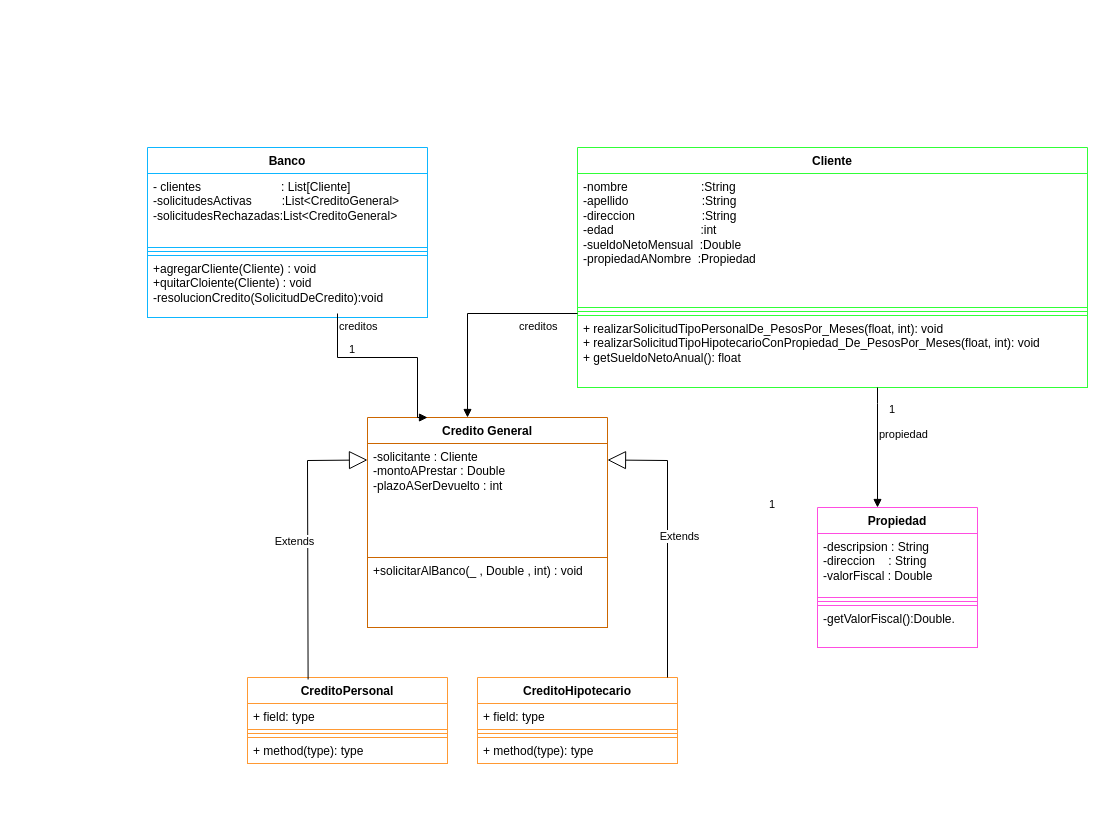
itsjoacor/unqui-po2-Rodriguez keeps this draw.io diagram as TP6/tp6-uml/tp6-bancocred.drawio. Above is the earlier version. Source tidied: cells renumbered, new cells numbered last; positions are measured from the earlier drawing's top-left corner, leaving out a move shared by most shapes. Both pictures are drawn from the tidied source at 100%, with x=0, y=0 at pixel (147, 147).
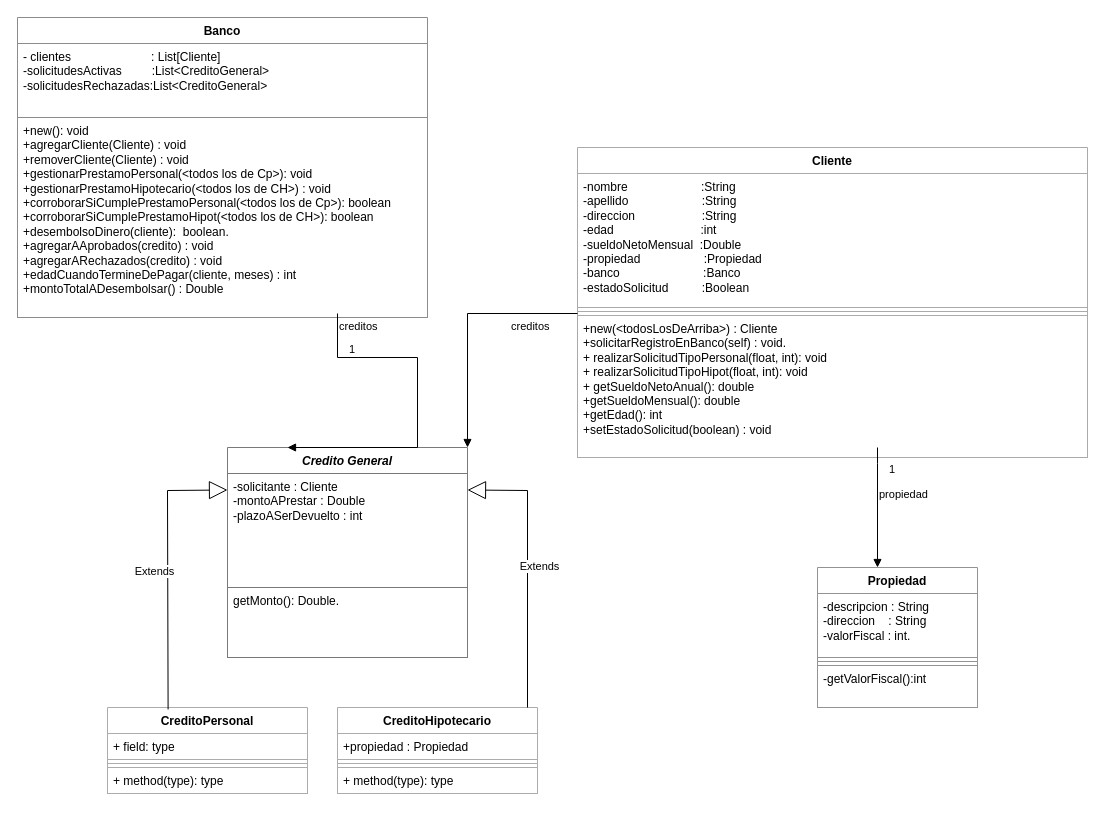
The same page after the edit.

The change refers to these unchanged cells:
```xml
<mxCell id="27" value="creditos" style="endArrow=block;endFill=1;html=1;edgeStyle=orthogonalEdgeStyle;align=left;verticalAlign=top;rounded=0;" parent="1" edge="1" target="14">
  <mxGeometry x="-0.44" relative="1" as="geometry">
    <mxPoint x="430" y="166" as="sourcePoint" />
    <Array as="points">
      <mxPoint x="320" y="166" />
    </Array>
  </mxGeometry>
</mxCell>
```

What changed in the source:
```diff
@@
     <mxCell id="2" value="Banco" style="swimlane;fontStyle=1;align=center;verticalAlign=top;horizontal=1;startSize=26;whiteSpace=wrap;html=1;strokeColor=#0DB6FF;" parent="1" vertex="1">
-      <mxGeometry width="280" height="170" as="geometry" />
+      <mxGeometry x="-130" y="-130" width="410" height="300" as="geometry" />
     </mxCell>
     <mxCell id="3" value="- clientes&amp;nbsp; &amp;nbsp; &amp;nbsp; &amp;nbsp; &amp;nbsp; &amp;nbsp; &amp;nbsp; &amp;nbsp; &amp;nbsp; &amp;nbsp; &amp;nbsp; &amp;nbsp; : List[Cliente]&lt;div&gt;-solicitudesActivas&amp;nbsp; &amp;nbsp; &amp;nbsp; &amp;nbsp; &amp;nbsp;:List&amp;lt;CreditoGeneral&amp;gt;&lt;/div&gt;&lt;div&gt;-solicitudesRechazadas&lt;span style=&quot;background-color: initial;&quot;&gt;:List&amp;lt;CreditoGeneral&amp;gt;&lt;/span&gt;&lt;/div&gt;&lt;div&gt;&lt;br&gt;&lt;/div&gt;&lt;div&gt;&lt;br&gt;&lt;/div&gt;&lt;div&gt;&lt;br&gt;&lt;/div&gt;&lt;div&gt;&lt;br&gt;&lt;/div&gt;&lt;div&gt;&lt;br&gt;&lt;/div&gt;" style="text;strokeColor=#0DB6FF;fillColor=none;align=left;verticalAlign=top;spacingLeft=4;spacingRight=4;overflow=hidden;whiteSpace=wrap;html=1;" parent="2" vertex="1">
-      <mxGeometry y="26" width="280" height="74" as="geometry" />
+      <mxGeometry y="26" width="410" height="74" as="geometry" />
     </mxCell>
-    <mxCell id="4" style="line;strokeWidth=1;fillColor=none;align=left;verticalAlign=middle;spacingTop=-1;spacingLeft=3;spacingRight=3;labelPosition=right;strokeColor=#0DB6FF;" parent="2" vertex="1">
-      <mxGeometry y="100" width="280" height="8" as="geometry" />
-    </mxCell>
-    <mxCell id="5" value="+agregarCliente(Cliente) : void&lt;div&gt;+quitarCloiente(Cliente) : void&lt;/div&gt;&lt;div&gt;-resolucionCredito(SolicitudDeCredito):void&lt;/div&gt;" style="text;strokeColor=#0DB6FF;fillColor=none;align=left;verticalAlign=top;spacingLeft=4;spacingRight=4;overflow=hidden;whiteSpace=wrap;html=1;" parent="2" vertex="1">
-      <mxGeometry y="108" width="280" height="62" as="geometry" />
+    <mxCell id="5" value="&lt;div&gt;+new(): void&lt;/div&gt;+agregarCliente(Cliente) : void&lt;div&gt;+removerCliente(Cliente) : void&lt;/div&gt;&lt;div&gt;+gestionarPrestamoPersonal(&amp;lt;todos los de Cp&amp;gt;): void&lt;/div&gt;&lt;div&gt;+gestionarPrestamoHipotecario(&amp;lt;todos los de CH&amp;gt;) : void&lt;/div&gt;&lt;div&gt;+corroborarSiCumplePrestamoPersonal(&lt;span style=&quot;background-color: initial;&quot;&gt;&amp;lt;todos los de Cp&amp;gt;&lt;/span&gt;&lt;span style=&quot;background-color: initial;&quot;&gt;): boolean&lt;/span&gt;&lt;/div&gt;&lt;div&gt;+corroborarSiCumplePrestamoHipot(&lt;span style=&quot;background-color: initial;&quot;&gt;&amp;lt;todos los de CH&amp;gt;&lt;/span&gt;&lt;span style=&quot;background-color: initial;&quot;&gt;): boolean&lt;/span&gt;&lt;/div&gt;&lt;div&gt;+desembolsoDinero(cliente):&amp;nbsp; boolean.&lt;br&gt;&lt;/div&gt;&lt;div&gt;+agregarAAprobados(credito) : void&lt;/div&gt;&lt;div&gt;&lt;span style=&quot;background-color: initial;&quot;&gt;+agregarARechazados(credito) : void&lt;/span&gt;&lt;br&gt;&lt;/div&gt;&lt;div&gt;&lt;span style=&quot;background-color: initial;&quot;&gt;+edadCuandoTermineDePagar(cliente, meses) : int&lt;/span&gt;&lt;/div&gt;&lt;div&gt;&lt;span style=&quot;background-color: initial;&quot;&gt;+montoTotalADesembolsar() : Double&lt;/span&gt;&lt;/div&gt;" style="text;strokeColor=#0DB6FF;fillColor=none;align=left;verticalAlign=top;spacingLeft=4;spacingRight=4;overflow=hidden;whiteSpace=wrap;html=1;" parent="2" vertex="1">
+      <mxGeometry y="100" width="410" height="200" as="geometry" />
     </mxCell>
     <mxCell id="6" value="Cliente" style="swimlane;fontStyle=1;align=center;verticalAlign=top;horizontal=1;startSize=26;whiteSpace=wrap;html=1;strokeColor=#30FF37;" parent="1" vertex="1">
-      <mxGeometry x="430" width="510" height="240" as="geometry" />
+      <mxGeometry x="430" width="510" height="310" as="geometry" />
     </mxCell>
-    <mxCell id="7" value="-nombre&amp;nbsp; &amp;nbsp; &amp;nbsp; &amp;nbsp; &amp;nbsp; &amp;nbsp; &amp;nbsp; &amp;nbsp; &amp;nbsp; &amp;nbsp; &amp;nbsp; :String&lt;div&gt;-apellido&lt;span style=&quot;background-color: initial;&quot;&gt;&amp;nbsp; &amp;nbsp; &amp;nbsp; &amp;nbsp; &amp;nbsp; &amp;nbsp; &amp;nbsp; &amp;nbsp; &amp;nbsp; &amp;nbsp; &amp;nbsp; :String&lt;/span&gt;&lt;/div&gt;&lt;div&gt;-direccion&lt;span style=&quot;background-color: initial;&quot;&gt;&amp;nbsp; &amp;nbsp; &amp;nbsp; &amp;nbsp; &amp;nbsp; &amp;nbsp; &amp;nbsp; &amp;nbsp; &amp;nbsp; &amp;nbsp; :String&lt;/span&gt;&lt;/div&gt;&lt;div&gt;-edad&lt;span style=&quot;background-color: initial;&quot;&gt;&amp;nbsp; &amp;nbsp; &amp;nbsp; &amp;nbsp; &amp;nbsp; &amp;nbsp; &amp;nbsp; &amp;nbsp; &amp;nbsp; &amp;nbsp; &amp;nbsp; &amp;nbsp; &amp;nbsp; :int&lt;/span&gt;&lt;/div&gt;&lt;div&gt;-sueldoNetoMensual&lt;span style=&quot;background-color: initial;&quot;&gt;&amp;nbsp; :Double&lt;/span&gt;&lt;/div&gt;&lt;div&gt;-propiedadANombre&lt;span style=&quot;background-color: initial;&quot;&gt;&amp;nbsp; :Propiedad&lt;/span&gt;&lt;/div&gt;" style="text;strokeColor=#30FF37;fillColor=none;align=left;verticalAlign=top;spacingLeft=4;spacingRight=4;overflow=hidden;whiteSpace=wrap;html=1;" parent="6" vertex="1">
+    <mxCell id="7" value="-nombre&amp;nbsp; &amp;nbsp; &amp;nbsp; &amp;nbsp; &amp;nbsp; &amp;nbsp; &amp;nbsp; &amp;nbsp; &amp;nbsp; &amp;nbsp; &amp;nbsp; :String&lt;div&gt;-apellido&lt;span style=&quot;background-color: initial;&quot;&gt;&amp;nbsp; &amp;nbsp; &amp;nbsp; &amp;nbsp; &amp;nbsp; &amp;nbsp; &amp;nbsp; &amp;nbsp; &amp;nbsp; &amp;nbsp; &amp;nbsp; :String&lt;/span&gt;&lt;/div&gt;&lt;div&gt;-direccion&lt;span style=&quot;background-color: initial;&quot;&gt;&amp;nbsp; &amp;nbsp; &amp;nbsp; &amp;nbsp; &amp;nbsp; &amp;nbsp; &amp;nbsp; &amp;nbsp; &amp;nbsp; &amp;nbsp; :String&lt;/span&gt;&lt;/div&gt;&lt;div&gt;-edad&lt;span style=&quot;background-color: initial;&quot;&gt;&amp;nbsp; &amp;nbsp; &amp;nbsp; &amp;nbsp; &amp;nbsp; &amp;nbsp; &amp;nbsp; &amp;nbsp; &amp;nbsp; &amp;nbsp; &amp;nbsp; &amp;nbsp; &amp;nbsp; :int&lt;/span&gt;&lt;/div&gt;&lt;div&gt;-sueldoNetoMensual&lt;span style=&quot;background-color: initial;&quot;&gt;&amp;nbsp; :Double&lt;/span&gt;&lt;/div&gt;&lt;div&gt;-propiedad&amp;nbsp; &amp;nbsp; &amp;nbsp; &amp;nbsp; &amp;nbsp; &amp;nbsp; &amp;nbsp; &amp;nbsp; &amp;nbsp;&amp;nbsp;&lt;span style=&quot;background-color: initial;&quot;&gt;&amp;nbsp;:Propiedad&lt;/span&gt;&lt;/div&gt;&lt;div&gt;-banco&amp;nbsp; &amp;nbsp; &amp;nbsp; &amp;nbsp; &amp;nbsp; &amp;nbsp; &amp;nbsp; &amp;nbsp; &amp;nbsp; &amp;nbsp; &amp;nbsp; &amp;nbsp; &amp;nbsp;:Banco&lt;/div&gt;&lt;div&gt;-estadoSolicitud&amp;nbsp; &amp;nbsp; &amp;nbsp; &amp;nbsp; &amp;nbsp; :Boolean&lt;/div&gt;" style="text;strokeColor=#30FF37;fillColor=none;align=left;verticalAlign=top;spacingLeft=4;spacingRight=4;overflow=hidden;whiteSpace=wrap;html=1;" parent="6" vertex="1">
       <mxGeometry y="26" width="510" height="134" as="geometry" />
     </mxCell>
@@
-    <mxCell id="9" value="&lt;div&gt;+ realizarSolicitudTipoPersonalDe_PesosPor_Meses(float, int): void&lt;/div&gt;&lt;div&gt;+ realizarSolicitudTipoHipotecarioConPropiedad_De_PesosPor_Meses(float, int): void&lt;/div&gt;&lt;div&gt;+ getSueldoNetoAnual(): float&lt;/div&gt;" style="text;strokeColor=#30FF37;fillColor=none;align=left;verticalAlign=top;spacingLeft=4;spacingRight=4;overflow=hidden;whiteSpace=wrap;html=1;" parent="6" vertex="1">
-      <mxGeometry y="168" width="510" height="72" as="geometry" />
+    <mxCell id="9" value="&lt;div&gt;+new(&amp;lt;todosLosDeArriba&amp;gt;) : Cliente&lt;/div&gt;&lt;div&gt;+solicitarRegistroEnBanco(self) : void.&lt;/div&gt;&lt;div&gt;+ realizarSolicitudTipoPersonal(float, int): void&lt;/div&gt;&lt;div&gt;+ realizarSolicitudTipoHipot(float, int): void&lt;/div&gt;&lt;div&gt;+ getSueldoNetoAnual(): double&lt;/div&gt;&lt;div&gt;+getSueldoMensual(): double&lt;/div&gt;&lt;div&gt;+getEdad(): int&lt;/div&gt;&lt;div&gt;+setEstadoSolicitud(boolean) : void&lt;/div&gt;" style="text;strokeColor=#30FF37;fillColor=none;align=left;verticalAlign=top;spacingLeft=4;spacingRight=4;overflow=hidden;whiteSpace=wrap;html=1;" parent="6" vertex="1">
+      <mxGeometry y="168" width="510" height="142" as="geometry" />
     </mxCell>
     <mxCell id="10" value="Propiedad" style="swimlane;fontStyle=1;align=center;verticalAlign=top;horizontal=1;startSize=26;whiteSpace=wrap;html=1;strokeColor=#FF4DE1;" parent="1" vertex="1">
-      <mxGeometry x="670" y="360" width="160" height="140" as="geometry" />
+      <mxGeometry x="670" y="420" width="160" height="140" as="geometry" />
     </mxCell>
-    <mxCell id="11" value="-descripsion : String&lt;div&gt;-direccion&amp;nbsp; &amp;nbsp; : String&lt;/div&gt;&lt;div&gt;-valorFiscal : Double&amp;nbsp;&lt;/div&gt;" style="text;strokeColor=#FF4DE1;fillColor=none;align=left;verticalAlign=top;spacingLeft=4;spacingRight=4;overflow=hidden;whiteSpace=wrap;html=1;" parent="10" vertex="1">
+    <mxCell id="11" value="-descripcion : String&lt;div&gt;-direccion&amp;nbsp; &amp;nbsp; : String&lt;/div&gt;&lt;div&gt;-valorFiscal : int.&lt;/div&gt;" style="text;strokeColor=#FF4DE1;fillColor=none;align=left;verticalAlign=top;spacingLeft=4;spacingRight=4;overflow=hidden;whiteSpace=wrap;html=1;" parent="10" vertex="1">
       <mxGeometry y="26" width="160" height="64" as="geometry" />
     </mxCell>
@@
-    <mxCell id="13" value="&lt;div&gt;&lt;div&gt;-getValorFiscal():Double.&lt;/div&gt;&lt;/div&gt;" style="text;strokeColor=#FF4DE1;fillColor=none;align=left;verticalAlign=top;spacingLeft=4;spacingRight=4;overflow=hidden;whiteSpace=wrap;html=1;" parent="10" vertex="1">
+    <mxCell id="13" value="&lt;div&gt;&lt;div&gt;-getValorFiscal():int&lt;/div&gt;&lt;/div&gt;" style="text;strokeColor=#FF4DE1;fillColor=none;align=left;verticalAlign=top;spacingLeft=4;spacingRight=4;overflow=hidden;whiteSpace=wrap;html=1;" parent="10" vertex="1">
       <mxGeometry y="98" width="160" height="42" as="geometry" />
     </mxCell>
-    <mxCell id="14" value="Credito&amp;nbsp;&lt;span style=&quot;background-color: initial;&quot;&gt;General&lt;/span&gt;" style="swimlane;fontStyle=1;align=center;verticalAlign=top;horizontal=1;startSize=26;whiteSpace=wrap;html=1;strokeColor=#CC6600;" parent="1" vertex="1">
-      <mxGeometry x="220" y="270" width="240" height="210" as="geometry" />
+    <mxCell id="14" value="&lt;i&gt;Credito&amp;nbsp;&lt;span style=&quot;background-color: initial;&quot;&gt;General&lt;/span&gt;&lt;/i&gt;" style="swimlane;fontStyle=1;align=center;verticalAlign=top;horizontal=1;startSize=26;whiteSpace=wrap;html=1;strokeColor=#CC6600;" parent="1" vertex="1">
+      <mxGeometry x="80" y="300" width="240" height="210" as="geometry" />
     </mxCell>
@@
-    <mxCell id="16" value="+solicitarAlBanco(_ , Double , int) : void" style="text;strokeColor=#CC6600;fillColor=none;align=left;verticalAlign=top;spacingLeft=4;spacingRight=4;overflow=hidden;whiteSpace=wrap;html=1;" parent="14" vertex="1">
+    <mxCell id="16" value="getMonto(): Double." style="text;strokeColor=#CC6600;fillColor=none;align=left;verticalAlign=top;spacingLeft=4;spacingRight=4;overflow=hidden;whiteSpace=wrap;html=1;" parent="14" vertex="1">
       <mxGeometry y="140" width="240" height="70" as="geometry" />
     </mxCell>
     <mxCell id="17" value="CreditoHipotecario" style="swimlane;fontStyle=1;align=center;verticalAlign=top;horizontal=1;startSize=26;whiteSpace=wrap;html=1;strokeColor=#FF9933;" parent="1" vertex="1">
-      <mxGeometry x="330" y="530" width="200" height="86" as="geometry" />
+      <mxGeometry x="190" y="560" width="200" height="86" as="geometry" />
     </mxCell>
-    <mxCell id="18" value="+ field: type" style="text;strokeColor=#FF9933;fillColor=none;align=left;verticalAlign=top;spacingLeft=4;spacingRight=4;overflow=hidden;whiteSpace=wrap;html=1;" parent="17" vertex="1">
+    <mxCell id="18" value="+propiedad : Propiedad" style="text;strokeColor=#FF9933;fillColor=none;align=left;verticalAlign=top;spacingLeft=4;spacingRight=4;overflow=hidden;whiteSpace=wrap;html=1;" parent="17" vertex="1">
       <mxGeometry y="26" width="200" height="26" as="geometry" />
     </mxCell>
@@
     <mxCell id="21" value="CreditoPersonal" style="swimlane;fontStyle=1;align=center;verticalAlign=top;horizontal=1;startSize=26;whiteSpace=wrap;html=1;strokeColor=#FF9933;" parent="1" vertex="1">
-      <mxGeometry x="100" y="530" width="200" height="86" as="geometry" />
+      <mxGeometry x="-40" y="560" width="200" height="86" as="geometry" />
     </mxCell>
@@
     <mxCell id="25" value="Extends" style="endArrow=block;endSize=16;endFill=0;html=1;rounded=0;exitX=0.75;exitY=0;exitDx=0;exitDy=0;" parent="1" edge="1">
       <mxGeometry x="0.02" y="-12" relative="1" as="geometry">
-        <mxPoint x="520" y="530" as="sourcePoint" />
-        <mxPoint x="460" y="312.5" as="targetPoint" />
+        <mxPoint x="380" y="560" as="sourcePoint" />
+        <mxPoint x="320" y="342.5" as="targetPoint" />
         <Array as="points">
-          <mxPoint x="520" y="313" />
+          <mxPoint x="380" y="343" />
         </Array>
       </mxGeometry>
     </mxCell>
     <mxCell id="26" value="Extends" style="endArrow=block;endSize=16;endFill=0;html=1;rounded=0;exitX=0.303;exitY=0.023;exitDx=0;exitDy=0;exitPerimeter=0;" parent="1" edge="1" source="21">
       <mxGeometry y="13" relative="1" as="geometry">
-        <mxPoint x="220" y="312.5" as="targetPoint" />
+        <mxPoint x="80" y="342.5" as="targetPoint" />
         <Array as="points">
-          <mxPoint x="160" y="313" />
+          <mxPoint x="20" y="343" />
         </Array>
         <mxPoint y="1" as="offset" />
       </mxGeometry>
     </mxCell>
@@
-    <mxCell id="28" value="1" style="edgeLabel;html=1;align=left;verticalAlign=bottom;" parent="27" vertex="1">
-      <mxGeometry x="-1" relative="1" as="geometry">
-        <mxPoint x="190" y="199" as="offset" />
-      </mxGeometry>
-    </mxCell>
@@
     <mxCell id="31" value="propiedad" style="endArrow=block;endFill=1;html=1;edgeStyle=orthogonalEdgeStyle;align=left;verticalAlign=top;rounded=0;" parent="1" edge="1">
       <mxGeometry x="-0.44" relative="1" as="geometry">
-        <mxPoint x="730" y="240" as="sourcePoint" />
-        <mxPoint x="730" y="360" as="targetPoint" />
+        <mxPoint x="730" y="300" as="sourcePoint" />
+        <mxPoint x="730" y="420" as="targetPoint" />
         <Array as="points">
-          <mxPoint x="730" y="256" />
+          <mxPoint x="730" y="316" />
         </Array>
       </mxGeometry>
     </mxCell>
```
